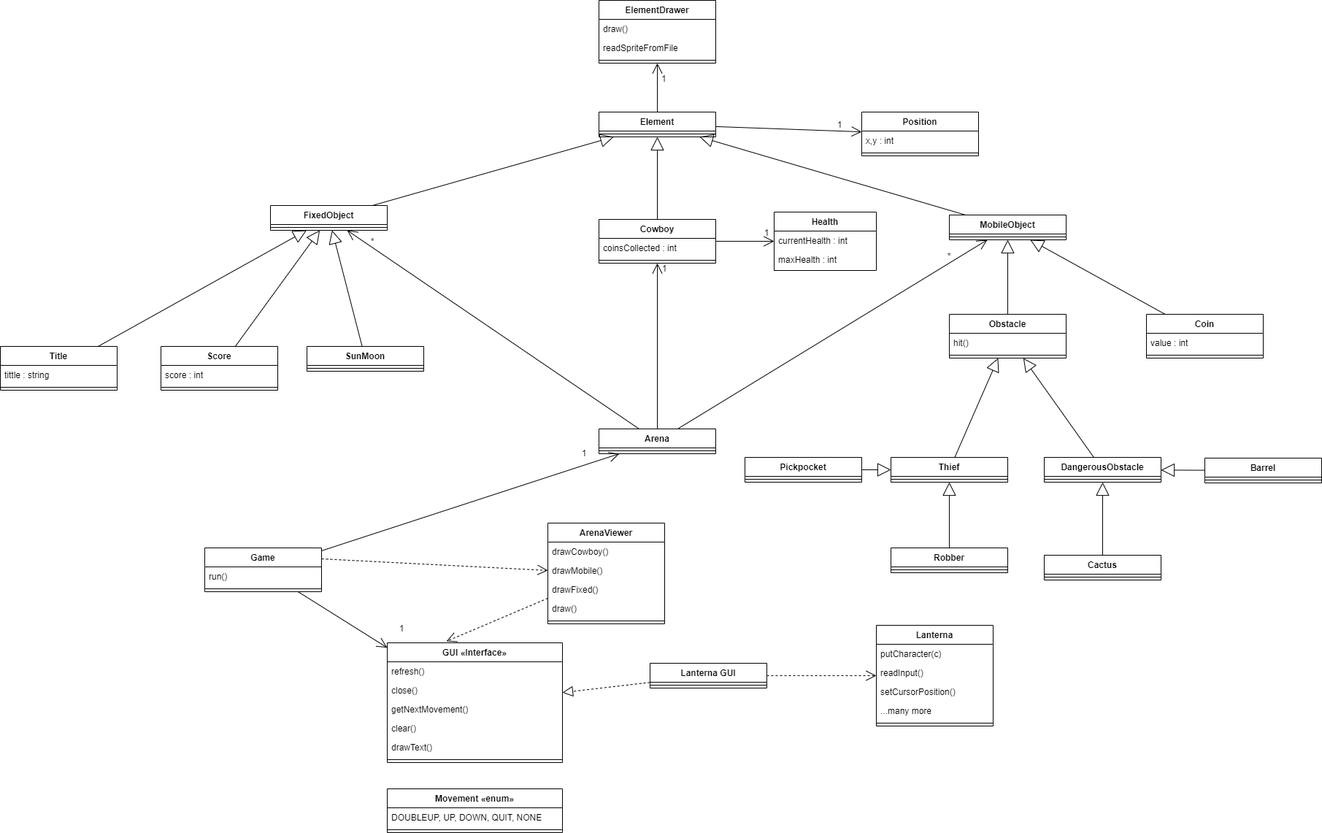
Earlier version of the draw.io export Images/DiagramaUML.png (vascoG/feup-lpoo). Source tidied: cells renumbered, new cells last; positions are measured from the earlier drawing's top-left corner, leaving out a move shared by most shapes.
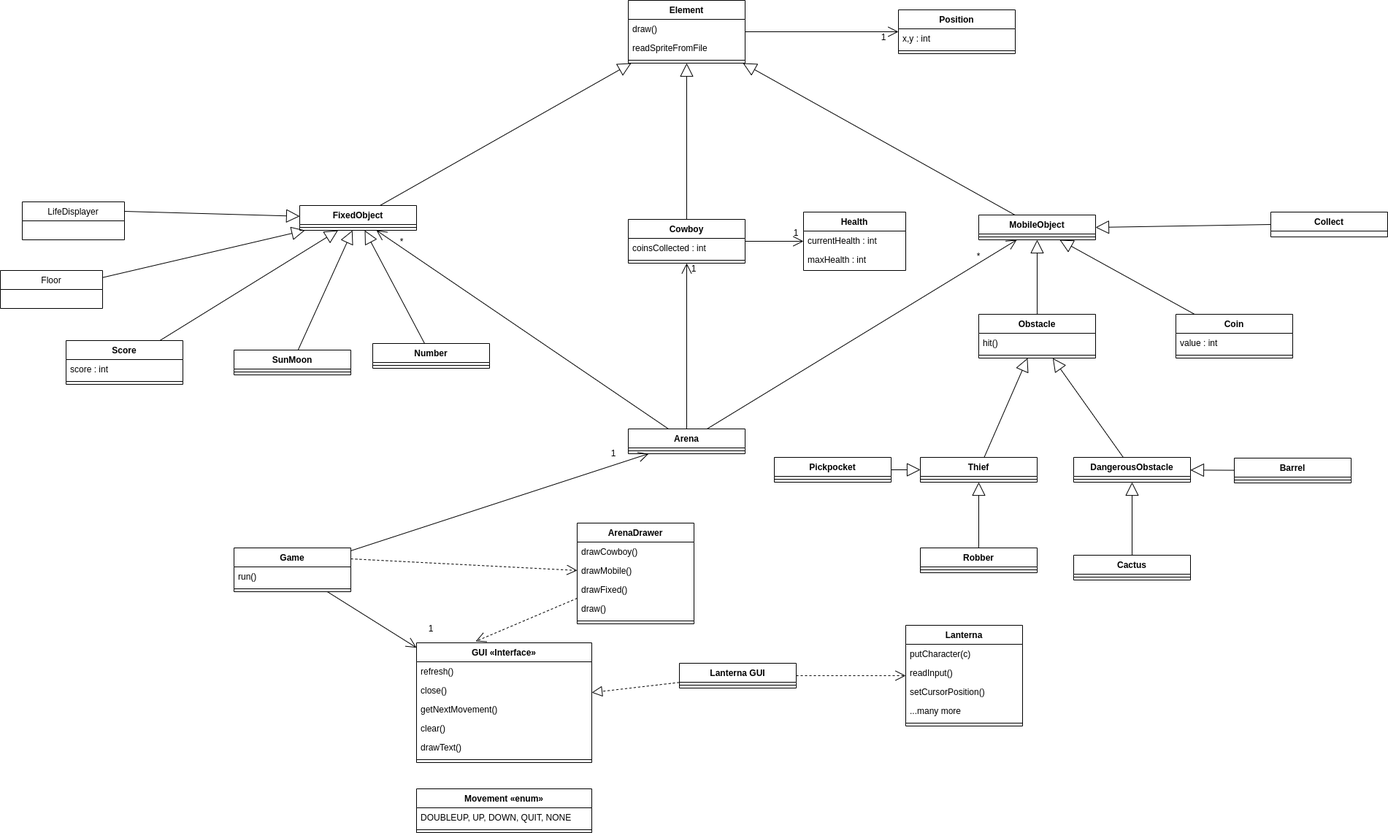
The same file after the commit.

Commit message:
retirado file title

Diff of the diagram source:
```diff
@@ -2,12 +2,6 @@
   <root>
     <mxCell id="0" />
     <mxCell id="1" parent="0" />
-    <mxCell id="2" value="Element" style="swimlane;fontStyle=1;align=center;verticalAlign=top;horizontal=1;startSize=26;" parent="1" vertex="1">
-      <mxGeometry x="820" y="153" width="160" height="34" as="geometry" />
-    </mxCell>
-    <mxCell id="3" style="line;strokeWidth=1;fillColor=none;align=left;verticalAlign=middle;spacingTop=-1;spacingLeft=3;spacingRight=3;labelPosition=right;" parent="2" vertex="1">
-      <mxGeometry y="26" width="160" height="8" as="geometry" />
-    </mxCell>
     <mxCell id="4" value="Thief" style="swimlane;fontStyle=1;align=center;verticalAlign=top;horizontal=1;startSize=26;" parent="1" vertex="1">
       <mxGeometry x="1220" y="626" width="160" height="34" as="geometry" />
     </mxCell>
@@ -69,7 +63,7 @@
       <mxGeometry y="26" width="160" height="8" as="geometry" />
     </mxCell>
     <mxCell id="24" value="SunMoon" style="swimlane;fontStyle=1;align=center;verticalAlign=top;horizontal=1;startSize=26;" parent="1" vertex="1">
-      <mxGeometry x="420" y="474" width="160" height="34" as="geometry" />
+      <mxGeometry x="280" y="479" width="160" height="34" as="geometry" />
     </mxCell>
     <mxCell id="25" style="line;strokeWidth=1;fillColor=none;align=left;verticalAlign=middle;spacingTop=-1;spacingLeft=3;spacingRight=3;labelPosition=right;" parent="24" vertex="1">
       <mxGeometry y="26" width="160" height="8" as="geometry" />
@@ -81,7 +75,7 @@
       <mxGeometry y="26" width="160" height="8" as="geometry" />
     </mxCell>
     <mxCell id="28" value="Score" style="swimlane;fontStyle=1;align=center;verticalAlign=top;horizontal=1;startSize=26;" parent="1" vertex="1">
-      <mxGeometry x="220" y="474" width="160" height="60" as="geometry" />
+      <mxGeometry x="50" y="466" width="160" height="60" as="geometry" />
     </mxCell>
     <mxCell id="29" value="score : int" style="text;strokeColor=none;fillColor=none;align=left;verticalAlign=top;spacingLeft=4;spacingRight=4;overflow=hidden;" parent="28" vertex="1">
       <mxGeometry y="26" width="160" height="26" as="geometry" />
@@ -89,15 +83,6 @@
     <mxCell id="30" style="line;strokeWidth=1;fillColor=none;align=left;verticalAlign=middle;spacingTop=-1;spacingLeft=3;spacingRight=3;labelPosition=right;" parent="28" vertex="1">
       <mxGeometry y="52" width="160" height="8" as="geometry" />
     </mxCell>
-    <mxCell id="31" value="Title" style="swimlane;fontStyle=1;align=center;verticalAlign=top;horizontal=1;startSize=26;" parent="1" vertex="1">
-      <mxGeometry y="474" width="160" height="60" as="geometry" />
-    </mxCell>
-    <mxCell id="32" value="tittle : string" style="text;strokeColor=none;fillColor=none;align=left;verticalAlign=top;spacingLeft=4;spacingRight=4;overflow=hidden;" parent="31" vertex="1">
-      <mxGeometry y="26" width="160" height="26" as="geometry" />
-    </mxCell>
-    <mxCell id="33" style="line;strokeWidth=1;fillColor=none;align=left;verticalAlign=middle;spacingTop=-1;spacingLeft=3;spacingRight=3;labelPosition=right;" parent="31" vertex="1">
-      <mxGeometry y="52" width="160" height="8" as="geometry" />
-    </mxCell>
     <mxCell id="34" value="Arena" style="swimlane;fontStyle=1;align=center;verticalAlign=top;horizontal=1;startSize=26;" parent="1" vertex="1">
       <mxGeometry x="820" y="587" width="160" height="34" as="geometry" />
     </mxCell>
@@ -113,7 +98,7 @@
     <mxCell id="38" style="line;strokeWidth=1;fillColor=none;align=left;verticalAlign=middle;spacingTop=-1;spacingLeft=3;spacingRight=3;labelPosition=right;" parent="36" vertex="1">
       <mxGeometry y="52" width="160" height="8" as="geometry" />
     </mxCell>
-    <mxCell id="39" value="ArenaViewer" style="swimlane;fontStyle=1;align=center;verticalAlign=top;horizontal=1;startSize=26;" parent="1" vertex="1">
+    <mxCell id="39" value="ArenaDrawer" style="swimlane;fontStyle=1;align=center;verticalAlign=top;horizontal=1;startSize=26;" parent="1" vertex="1">
       <mxGeometry x="750" y="716" width="160" height="138" as="geometry" />
     </mxCell>
     <mxCell id="40" value="drawCowboy()" style="text;strokeColor=none;fillColor=none;align=left;verticalAlign=top;spacingLeft=4;spacingRight=4;overflow=hidden;" parent="39" vertex="1">
@@ -238,23 +223,23 @@
     <mxCell id="79" value="*" style="text;html=1;strokeColor=none;fillColor=none;align=center;verticalAlign=middle;whiteSpace=wrap;rounded=0;" parent="1" vertex="1">
       <mxGeometry x="1280" y="340" width="40" height="20" as="geometry" />
     </mxCell>
-    <mxCell id="80" value="Extends" style="endArrow=block;endSize=16;endFill=0;html=1;noLabel=1;fontColor=none;" parent="1" edge="1" source="22" target="2">
+    <mxCell id="80" value="Extends" style="endArrow=block;endSize=16;endFill=0;html=1;noLabel=1;fontColor=none;" parent="1" edge="1" source="22" target="104">
       <mxGeometry x="-1" y="-239" relative="1" as="geometry">
         <mxPoint x="-200" y="-109" as="offset" />
       </mxGeometry>
     </mxCell>
-    <mxCell id="81" value="Extends" style="endArrow=block;endSize=16;endFill=0;html=1;noLabel=1;fontColor=none;" parent="1" edge="1" source="71" target="2">
+    <mxCell id="81" value="Extends" style="endArrow=block;endSize=16;endFill=0;html=1;noLabel=1;fontColor=none;" parent="1" edge="1" source="71" target="104">
       <mxGeometry x="-1" y="-239" relative="1" as="geometry">
         <mxPoint x="-200" y="-109" as="offset" />
       </mxGeometry>
     </mxCell>
-    <mxCell id="82" value="Extends" style="endArrow=block;endSize=16;endFill=0;html=1;noLabel=1;fontColor=none;" parent="1" edge="1" source="26" target="2">
+    <mxCell id="82" value="Extends" style="endArrow=block;endSize=16;endFill=0;html=1;noLabel=1;fontColor=none;" parent="1" edge="1" source="26" target="104">
       <mxGeometry x="-1" y="-239" relative="1" as="geometry">
         <mxPoint x="-200" y="-109" as="offset" />
       </mxGeometry>
     </mxCell>
     <mxCell id="83" value="Position" style="swimlane;fontStyle=1;align=center;verticalAlign=top;horizontal=1;startSize=26;fontColor=none;" parent="1" vertex="1">
-      <mxGeometry x="1180" y="153" width="160" height="60" as="geometry" />
+      <mxGeometry x="1190" y="13" width="160" height="60" as="geometry" />
     </mxCell>
     <mxCell id="84" value="x,y : int" style="text;strokeColor=none;fillColor=none;align=left;verticalAlign=top;spacingLeft=4;spacingRight=4;overflow=hidden;" parent="83" vertex="1">
       <mxGeometry y="26" width="160" height="26" as="geometry" />
@@ -262,18 +247,18 @@
     <mxCell id="85" style="line;strokeWidth=1;fillColor=none;align=left;verticalAlign=middle;spacingTop=-1;spacingLeft=3;spacingRight=3;labelPosition=right;" parent="83" vertex="1">
       <mxGeometry y="52" width="160" height="8" as="geometry" />
     </mxCell>
-    <mxCell id="86" style="endArrow=open;endFill=1;endSize=12;html=1;" parent="1" edge="1" source="2" target="83">
+    <mxCell id="86" style="endArrow=open;endFill=1;endSize=12;html=1;" parent="1" edge="1" source="104" target="83">
       <mxGeometry relative="1" as="geometry" />
     </mxCell>
     <mxCell id="87" value="&lt;div&gt;1&lt;/div&gt;" style="text;html=1;strokeColor=none;fillColor=none;align=center;verticalAlign=middle;whiteSpace=wrap;rounded=0;" parent="1" vertex="1">
-      <mxGeometry x="1130" y="160" width="40" height="20" as="geometry" />
+      <mxGeometry x="1150" y="40" width="40" height="20" as="geometry" />
     </mxCell>
     <mxCell id="88" value="Extends" style="endArrow=block;endSize=16;endFill=0;html=1;noLabel=1;fontColor=none;" parent="1" edge="1" source="28" target="22">
       <mxGeometry x="-1" y="-239" relative="1" as="geometry">
         <mxPoint x="-200" y="-109" as="offset" />
       </mxGeometry>
     </mxCell>
-    <mxCell id="89" value="Extends" style="endArrow=block;endSize=16;endFill=0;html=1;noLabel=1;fontColor=none;" parent="1" edge="1" source="31" target="22">
+    <mxCell id="89" value="Extends" style="endArrow=block;endSize=16;endFill=0;html=1;noLabel=1;fontColor=none;" parent="1" edge="1" source="110" target="22">
       <mxGeometry x="-1" y="-239" relative="1" as="geometry">
         <mxPoint x="-200" y="-109" as="offset" />
       </mxGeometry>
@@ -338,7 +323,7 @@
     <mxCell id="103" value="maxHealth : int" style="text;strokeColor=none;fillColor=none;align=left;verticalAlign=top;spacingLeft=4;spacingRight=4;overflow=hidden;" parent="101" vertex="1">
       <mxGeometry y="52" width="140" height="28" as="geometry" />
     </mxCell>
-    <mxCell id="104" value="ElementDrawer" style="swimlane;fontStyle=1;align=center;verticalAlign=top;horizontal=1;startSize=26;" parent="1" vertex="1">
+    <mxCell id="104" value="Element" style="swimlane;fontStyle=1;align=center;verticalAlign=top;horizontal=1;startSize=26;" parent="1" vertex="1">
       <mxGeometry x="820" width="160" height="86" as="geometry" />
     </mxCell>
     <mxCell id="105" value="draw()" style="text;strokeColor=none;fillColor=none;align=left;verticalAlign=top;spacingLeft=4;spacingRight=4;overflow=hidden;" parent="104" vertex="1">
@@ -350,11 +335,36 @@
     <mxCell id="107" style="line;strokeWidth=1;fillColor=none;align=left;verticalAlign=middle;spacingTop=-1;spacingLeft=3;spacingRight=3;labelPosition=right;" parent="104" vertex="1">
       <mxGeometry y="78" width="160" height="8" as="geometry" />
     </mxCell>
-    <mxCell id="108" style="endArrow=open;endFill=1;endSize=12;html=1;" parent="1" edge="1" source="2" target="104">
-      <mxGeometry relative="1" as="geometry" />
-    </mxCell>
-    <mxCell id="109" value="1" style="text;strokeColor=none;fillColor=none;align=left;verticalAlign=top;spacingLeft=4;spacingRight=4;overflow=hidden;" parent="1" vertex="1">
-      <mxGeometry x="900" y="94" width="100" height="26" as="geometry" />
-    </mxCell>
+    <mxCell id="110" value="Floor" style="swimlane;fontStyle=0;horizontal=1;startSize=26;fillColor=none;" parent="1" vertex="1">
+      <mxGeometry x="-40" y="370" width="140" height="52" as="geometry" />
+    </mxCell>
+    <mxCell id="111" value="Number" style="swimlane;fontStyle=1;align=center;verticalAlign=top;horizontal=1;startSize=26;" parent="1" vertex="1">
+      <mxGeometry x="470" y="470" width="160" height="34" as="geometry" />
+    </mxCell>
+    <mxCell id="3" style="line;strokeWidth=1;fillColor=none;align=left;verticalAlign=middle;spacingTop=-1;spacingLeft=3;spacingRight=3;labelPosition=right;" parent="111" vertex="1">
+      <mxGeometry y="26" width="160" height="8" as="geometry" />
+    </mxCell>
+    <mxCell id="112" value="Extends" style="endArrow=block;endSize=16;endFill=0;html=1;noLabel=1;fontColor=none;" parent="1" edge="1" source="111" target="22">
+      <mxGeometry x="-1" y="-239" relative="1" as="geometry">
+        <mxPoint x="-200" y="-109" as="offset" />
+      </mxGeometry>
+    </mxCell>
+    <mxCell id="113" value="Collect" style="swimlane;fontStyle=1;align=center;verticalAlign=top;horizontal=1;startSize=26;" parent="1" vertex="1">
+      <mxGeometry x="1700" y="290" width="160" height="34" as="geometry" />
+    </mxCell>
+    <mxCell id="114" value="Extends" style="endArrow=block;endSize=16;endFill=0;html=1;noLabel=1;fontColor=none;exitX=0;exitY=0.5;exitDx=0;exitDy=0;" parent="1" edge="1" source="113">
+      <mxGeometry x="-1" y="-239" relative="1" as="geometry">
+        <mxPoint x="1460" y="311" as="targetPoint" />
+        <mxPoint x="-200" y="-109" as="offset" />
+      </mxGeometry>
+    </mxCell>
+    <mxCell id="115" value="LifeDisplayer" style="swimlane;fontStyle=0;horizontal=1;startSize=26;fillColor=none;" parent="1" vertex="1">
+      <mxGeometry x="-10" y="276" width="140" height="52" as="geometry" />
+    </mxCell>
+    <mxCell id="116" value="Extends" style="endArrow=block;endSize=16;endFill=0;html=1;noLabel=1;fontColor=none;exitX=1;exitY=0.25;exitDx=0;exitDy=0;" parent="1" edge="1" source="115" target="22">
+      <mxGeometry x="-1" y="-239" relative="1" as="geometry">
+        <mxPoint x="-200" y="-109" as="offset" />
+      </mxGeometry>
+    </mxCell>
   </root>
 </mxGraphModel>
```
